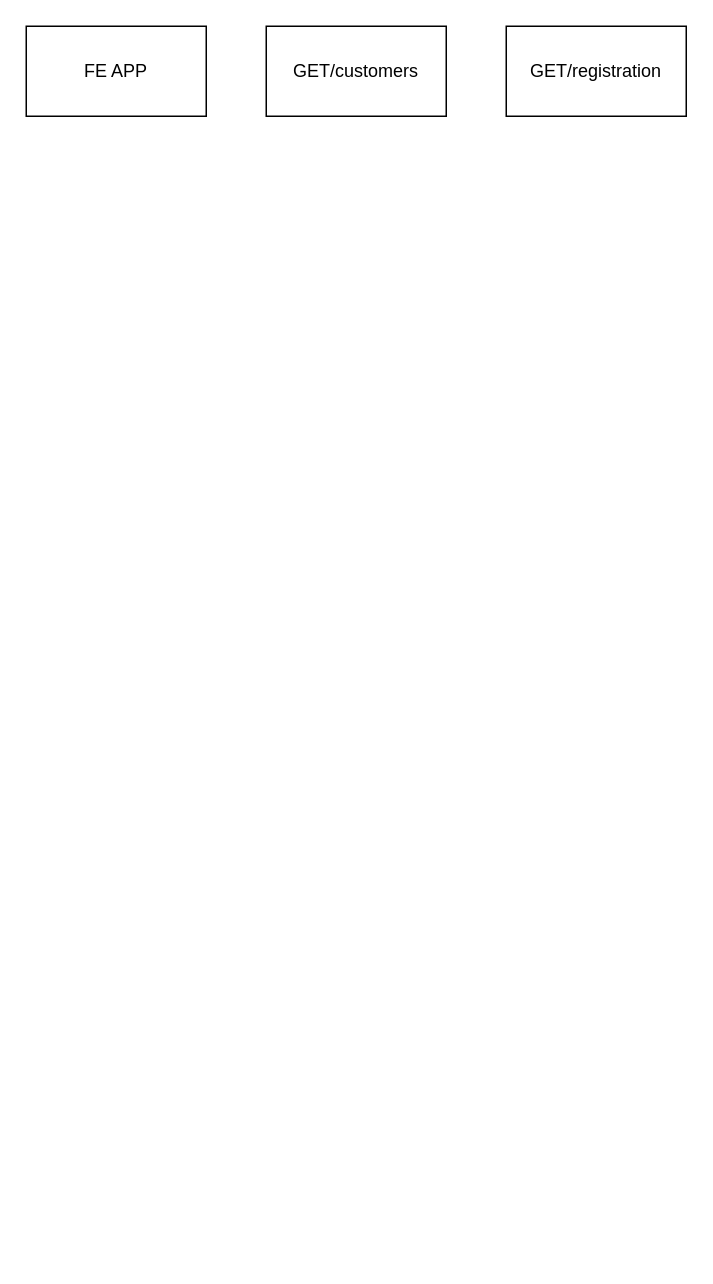
Earlier version of the draw.io diagram customerOnboarding.drawio (busugu2018/muleCustomerOnboarding). Source tidied: cells renumbered, new cells numbered last; positions are measured from the earlier drawing's top-left corner, leaving out a move shared by most shapes. Both pictures are drawn from the tidied source at 150%, with x=0, y=0 at pixel (26, 26).
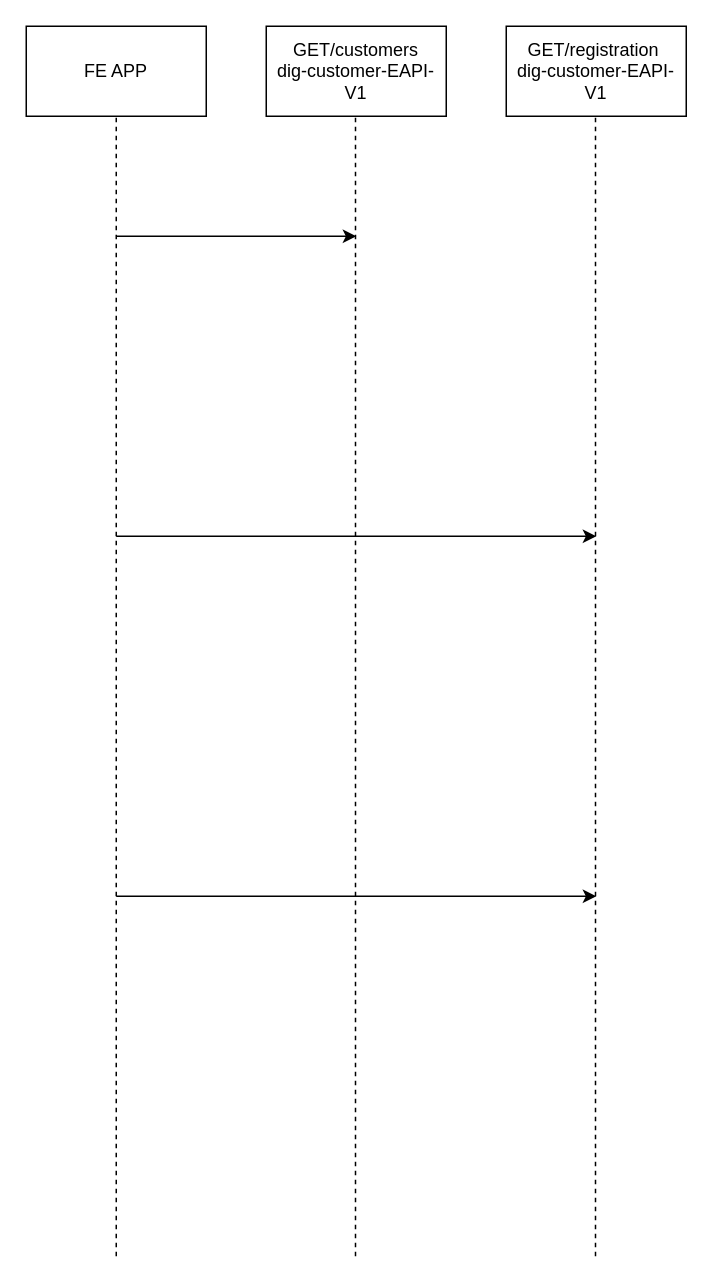
The same diagram, later.

The edit, as a diff of the source:
```diff
@@
 <mxGraphModel>
   <root>
     <mxCell id="0" />
     <mxCell id="1" parent="0" />
     <mxCell id="2" value="FE APP" style="rounded=0;whiteSpace=wrap;html=1;" parent="1" vertex="1">
       <mxGeometry width="120" height="60" as="geometry" />
     </mxCell>
-    <mxCell id="3" value="GET/customers" style="rounded=0;whiteSpace=wrap;html=1;" parent="1" vertex="1">
+    <mxCell id="3" value="GET/customers&lt;div&gt;dig-customer-EAPI-V1&lt;/div&gt;" style="rounded=0;whiteSpace=wrap;html=1;" parent="1" vertex="1">
       <mxGeometry x="160" width="120" height="60" as="geometry" />
     </mxCell>
-    <mxCell id="4" value="GET/registration" style="rounded=0;whiteSpace=wrap;html=1;" parent="1" vertex="1">
+    <mxCell id="4" value="GET/registration&amp;nbsp;&lt;div&gt;dig-customer-EAPI-V1&lt;/div&gt;" style="rounded=0;whiteSpace=wrap;html=1;" parent="1" vertex="1">
       <mxGeometry x="320" width="120" height="60" as="geometry" />
     </mxCell>
+    <mxCell id="5" style="endArrow=none;dashed=1;html=1;rounded=0;entryX=0.5;entryY=1;entryDx=0;entryDy=0;" parent="1" edge="1" target="2">
+      <mxGeometry relative="1" as="geometry">
+        <mxPoint x="60" y="820" as="sourcePoint" />
+      </mxGeometry>
+    </mxCell>
+    <mxCell id="6" style="endArrow=none;dashed=1;html=1;rounded=0;entryX=0.5;entryY=1;entryDx=0;entryDy=0;" parent="1" edge="1">
+      <mxGeometry relative="1" as="geometry">
+        <mxPoint x="219.5" y="820" as="sourcePoint" />
+        <mxPoint x="219.5" y="60" as="targetPoint" />
+      </mxGeometry>
+    </mxCell>
+    <mxCell id="7" style="endArrow=none;dashed=1;html=1;rounded=0;entryX=0.5;entryY=1;entryDx=0;entryDy=0;" parent="1" edge="1">
+      <mxGeometry relative="1" as="geometry">
+        <mxPoint x="379.5" y="820" as="sourcePoint" />
+        <mxPoint x="379.5" y="60" as="targetPoint" />
+      </mxGeometry>
+    </mxCell>
+    <mxCell id="8" style="endArrow=classic;html=1;rounded=0;" parent="1" edge="1">
+      <mxGeometry relative="1" as="geometry">
+        <mxPoint x="60" y="140" as="sourcePoint" />
+        <mxPoint x="220" y="140" as="targetPoint" />
+      </mxGeometry>
+    </mxCell>
+    <mxCell id="9" style="endArrow=classic;html=1;rounded=0;" parent="1" edge="1">
+      <mxGeometry relative="1" as="geometry">
+        <mxPoint x="60" y="340" as="sourcePoint" />
+        <mxPoint x="380" y="340" as="targetPoint" />
+      </mxGeometry>
+    </mxCell>
+    <mxCell id="10" style="endArrow=classic;html=1;rounded=0;" parent="1" edge="1">
+      <mxGeometry relative="1" as="geometry">
+        <mxPoint x="60" y="580" as="sourcePoint" />
+        <mxPoint x="380" y="580" as="targetPoint" />
+      </mxGeometry>
+    </mxCell>
   </root>
 </mxGraphModel>
```
